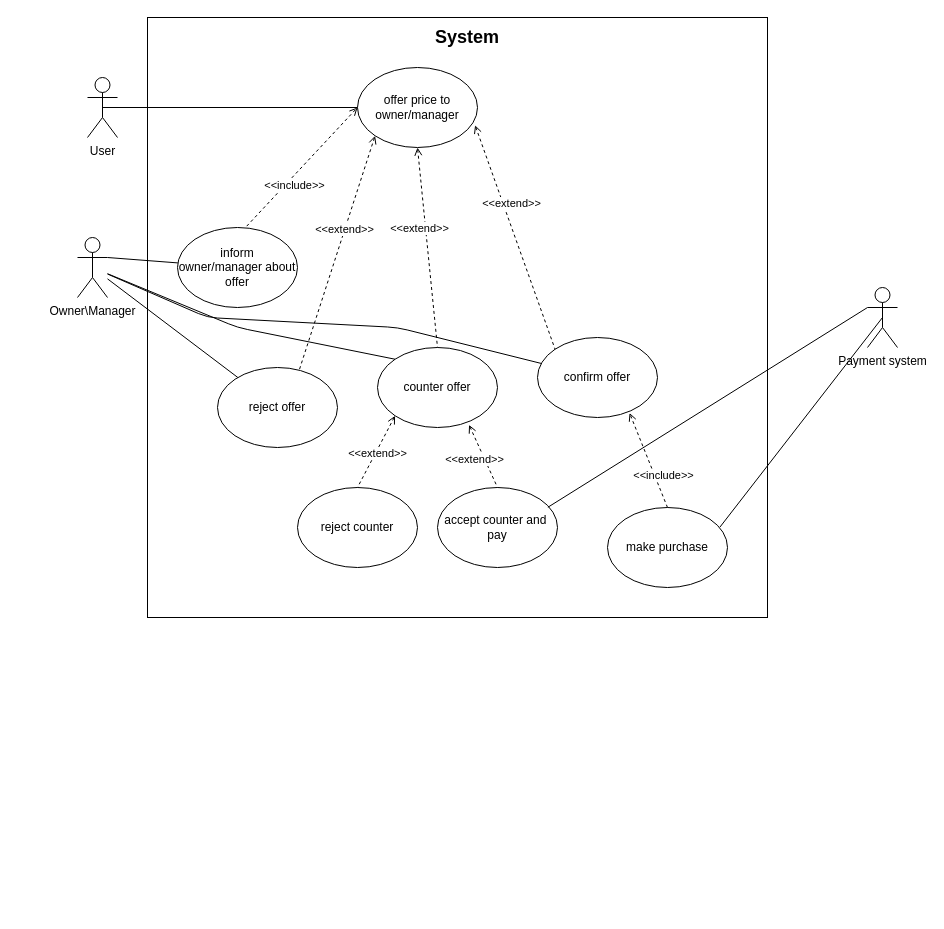
The draw.io diagram page "purchase offer(bargaining)" (3 of 5) of use cases/use case 2.9.drawio in LevyIfta/Team-19B-Project, before the edit. Source tidied: cells renumbered, new cells numbered last; positions are measured from the earlier drawing's top-left corner, leaving out a move shared by most shapes. Both pictures are drawn from the tidied source at 100%, with x=0, y=0 at pixel (77, 17).
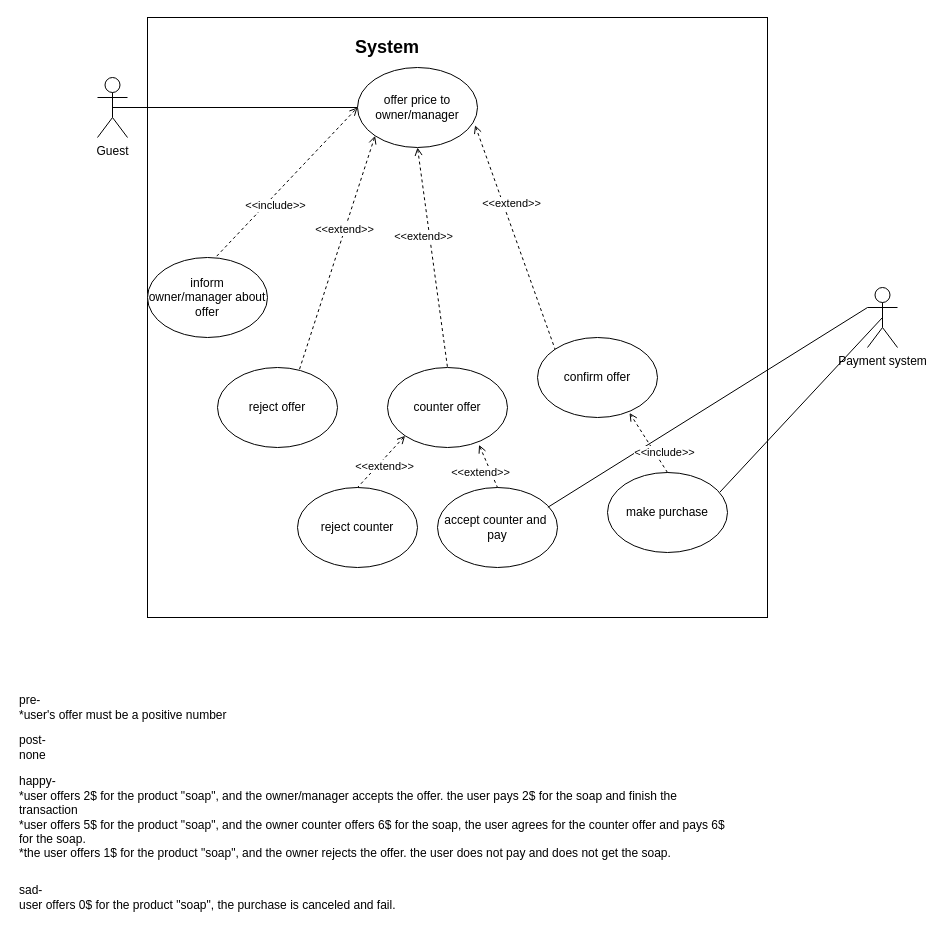
Above is the later version.

Unchanged cells that the change refers to:
```xml
<mxCell id="5" value="offer price to owner/manager" style="ellipse;whiteSpace=wrap;html=1;" parent="1" vertex="1">
  <mxGeometry x="280" y="50" width="120" height="80" as="geometry" />
</mxCell>
<mxCell id="8" value="reject offer" style="ellipse;whiteSpace=wrap;html=1;" parent="1" vertex="1">
  <mxGeometry x="140" y="350" width="120" height="80" as="geometry" />
</mxCell>
<mxCell id="9" style="endArrow=none;dashed=1;html=1;strokeWidth=1;exitX=0;exitY=1;exitDx=0;exitDy=0;entryX=0.68;entryY=0.038;entryDx=0;entryDy=0;endFill=0;entryPerimeter=0;startArrow=open;startFill=0;" parent="1" edge="1" source="5" target="8">
  <mxGeometry relative="1" as="geometry" />
</mxCell>
<mxCell id="12" style="endArrow=none;dashed=1;html=1;strokeWidth=1;exitX=0.5;exitY=1;exitDx=0;exitDy=0;entryX=0.5;entryY=0;entryDx=0;entryDy=0;endFill=0;startArrow=open;startFill=0;" parent="1" edge="1" source="5" target="11">
  <mxGeometry relative="1" as="geometry" />
</mxCell>
<mxCell id="15" style="endArrow=open;dashed=1;html=1;strokeWidth=1;exitX=0.577;exitY=-0.017;exitDx=0;exitDy=0;entryX=0;entryY=0.5;entryDx=0;entryDy=0;endFill=0;exitPerimeter=0;" parent="1" edge="1" source="14" target="5">
  <mxGeometry relative="1" as="geometry" />
</mxCell>
<mxCell id="18" style="endArrow=none;dashed=1;html=1;strokeWidth=1;exitX=0;exitY=1;exitDx=0;exitDy=0;entryX=0.5;entryY=0;entryDx=0;entryDy=0;endFill=0;startArrow=open;startFill=0;" parent="1" edge="1" source="11" target="17">
  <mxGeometry relative="1" as="geometry" />
</mxCell>
<mxCell id="21" style="endArrow=none;dashed=1;html=1;strokeWidth=1;exitX=0.763;exitY=0.967;exitDx=0;exitDy=0;entryX=0.5;entryY=0;entryDx=0;entryDy=0;endFill=0;startArrow=open;startFill=0;exitPerimeter=0;" parent="1" edge="1" source="11" target="20">
  <mxGeometry relative="1" as="geometry" />
</mxCell>
<mxCell id="24" value="confirm offer" style="ellipse;whiteSpace=wrap;html=1;" parent="1" vertex="1">
  <mxGeometry x="460" y="320" width="120" height="80" as="geometry" />
</mxCell>
<mxCell id="25" style="endArrow=none;dashed=1;html=1;strokeWidth=1;exitX=0.98;exitY=0.722;exitDx=0;exitDy=0;entryX=0;entryY=0;entryDx=0;entryDy=0;endFill=0;startArrow=open;startFill=0;exitPerimeter=0;" parent="1" edge="1" source="5" target="24">
  <mxGeometry relative="1" as="geometry" />
</mxCell>
<mxCell id="28" style="endArrow=open;dashed=1;html=1;strokeWidth=1;exitX=0.5;exitY=0;exitDx=0;exitDy=0;entryX=0.767;entryY=0.943;entryDx=0;entryDy=0;endFill=0;entryPerimeter=0;" parent="1" edge="1" source="27" target="24">
  <mxGeometry relative="1" as="geometry" />
</mxCell>
```

What changed in the source:
```diff
@@
     <mxCell id="3" value="&lt;font style=&quot;font-size: 18px&quot;&gt;&lt;b&gt;System&lt;/b&gt;&lt;/font&gt;" style="text;html=1;strokeColor=none;fillColor=none;align=center;verticalAlign=middle;whiteSpace=wrap;rounded=0;" parent="1" vertex="1">
-      <mxGeometry x="370" y="10" width="40" height="20" as="geometry" />
+      <mxGeometry x="290" y="20" width="40" height="20" as="geometry" />
     </mxCell>
-    <mxCell id="4" value="User" style="shape=umlActor;verticalLabelPosition=bottom;verticalAlign=top;html=1;outlineConnect=0;" parent="1" vertex="1">
-      <mxGeometry x="10" y="60" width="30" height="60" as="geometry" />
-    </mxCell>
+    <mxCell id="36" value="Guest" style="shape=umlActor;verticalLabelPosition=bottom;verticalAlign=top;html=1;outlineConnect=0;" parent="1" vertex="1">
+      <mxGeometry x="20" y="60" width="30" height="60" as="geometry" />
+    </mxCell>
@@
-    <mxCell id="6" style="endArrow=none;html=1;strokeWidth=1;exitX=0.5;exitY=0.5;exitDx=0;exitDy=0;exitPerimeter=0;entryX=0;entryY=0.5;entryDx=0;entryDy=0;" parent="1" edge="1" source="4" target="5">
-      <mxGeometry relative="1" as="geometry" />
-    </mxCell>
+    <mxCell id="37" style="endArrow=none;html=1;strokeWidth=1;exitX=0.5;exitY=0.5;exitDx=0;exitDy=0;exitPerimeter=0;entryX=0;entryY=0.5;entryDx=0;entryDy=0;" parent="1" edge="1" source="36" target="5">
+      <mxGeometry relative="1" as="geometry" />
+    </mxCell>
@@
-    <mxCell id="10" value="&amp;lt;&amp;lt;extend&amp;gt;&amp;gt;" style="edgeLabel;html=1;align=center;verticalAlign=middle;" parent="9" vertex="1">
-      <mxGeometry x="-0.31" relative="1" as="geometry">
-        <mxPoint x="-5.1" y="12.3" as="offset" />
-      </mxGeometry>
-    </mxCell>
+    <mxCell id="38" value="&amp;lt;&amp;lt;extend&amp;gt;&amp;gt;" style="edgeLabel;html=1;align=center;verticalAlign=middle;" parent="9" vertex="1">
+      <mxGeometry x="-0.31" relative="1" as="geometry">
+        <mxPoint x="-5.1" y="12.3" as="offset" />
+      </mxGeometry>
+    </mxCell>
     <mxCell id="11" value="counter offer" style="ellipse;whiteSpace=wrap;html=1;" parent="1" vertex="1">
-      <mxGeometry x="300" y="330" width="120" height="80" as="geometry" />
+      <mxGeometry x="310" y="350" width="120" height="80" as="geometry" />
     </mxCell>
@@
-    <mxCell id="13" value="&amp;lt;&amp;lt;extend&amp;gt;&amp;gt;" style="edgeLabel;html=1;align=center;verticalAlign=middle;" parent="12" vertex="1">
-      <mxGeometry x="-0.31" relative="1" as="geometry">
-        <mxPoint x="-5.1" y="12.3" as="offset" />
-      </mxGeometry>
-    </mxCell>
+    <mxCell id="39" value="&amp;lt;&amp;lt;extend&amp;gt;&amp;gt;" style="edgeLabel;html=1;align=center;verticalAlign=middle;" parent="12" vertex="1">
+      <mxGeometry x="-0.31" relative="1" as="geometry">
+        <mxPoint x="-5.1" y="12.3" as="offset" />
+      </mxGeometry>
+    </mxCell>
     <mxCell id="14" value="inform owner/manager about offer" style="ellipse;whiteSpace=wrap;html=1;" parent="1" vertex="1">
-      <mxGeometry x="100" y="210" width="120" height="80" as="geometry" />
+      <mxGeometry x="70" y="240" width="120" height="80" as="geometry" />
     </mxCell>
@@
-    <mxCell id="16" value="&amp;lt;&amp;lt;include&amp;gt;&amp;gt;" style="edgeLabel;html=1;align=center;verticalAlign=middle;" parent="15" vertex="1">
-      <mxGeometry x="-0.31" relative="1" as="geometry">
-        <mxPoint x="9" as="offset" />
-      </mxGeometry>
-    </mxCell>
+    <mxCell id="40" value="&amp;lt;&amp;lt;include&amp;gt;&amp;gt;" style="edgeLabel;html=1;align=center;verticalAlign=middle;" parent="15" vertex="1">
+      <mxGeometry x="-0.31" relative="1" as="geometry">
+        <mxPoint x="9" as="offset" />
+      </mxGeometry>
+    </mxCell>
@@
-    <mxCell id="19" value="&amp;lt;&amp;lt;extend&amp;gt;&amp;gt;" style="edgeLabel;html=1;align=center;verticalAlign=middle;" parent="18" vertex="1">
-      <mxGeometry x="-0.31" relative="1" as="geometry">
-        <mxPoint x="-5.1" y="12.3" as="offset" />
-      </mxGeometry>
-    </mxCell>
+    <mxCell id="41" value="&amp;lt;&amp;lt;extend&amp;gt;&amp;gt;" style="edgeLabel;html=1;align=center;verticalAlign=middle;" parent="18" vertex="1">
+      <mxGeometry x="-0.31" relative="1" as="geometry">
+        <mxPoint x="-5.1" y="12.3" as="offset" />
+      </mxGeometry>
+    </mxCell>
@@
-    <mxCell id="22" value="&amp;lt;&amp;lt;extend&amp;gt;&amp;gt;" style="edgeLabel;html=1;align=center;verticalAlign=middle;" parent="21" vertex="1">
-      <mxGeometry x="-0.31" relative="1" as="geometry">
-        <mxPoint x="-5.1" y="12.3" as="offset" />
-      </mxGeometry>
-    </mxCell>
+    <mxCell id="42" value="&amp;lt;&amp;lt;extend&amp;gt;&amp;gt;" style="edgeLabel;html=1;align=center;verticalAlign=middle;" parent="21" vertex="1">
+      <mxGeometry x="-0.31" relative="1" as="geometry">
+        <mxPoint x="-5.1" y="12.3" as="offset" />
+      </mxGeometry>
+    </mxCell>
@@
-    <mxCell id="26" value="&amp;lt;&amp;lt;extend&amp;gt;&amp;gt;" style="edgeLabel;html=1;align=center;verticalAlign=middle;" parent="25" vertex="1">
-      <mxGeometry x="-0.31" relative="1" as="geometry">
-        <mxPoint x="8.7" y="0.6" as="offset" />
-      </mxGeometry>
-    </mxCell>
+    <mxCell id="43" value="&amp;lt;&amp;lt;extend&amp;gt;&amp;gt;" style="edgeLabel;html=1;align=center;verticalAlign=middle;" parent="25" vertex="1">
+      <mxGeometry x="-0.31" relative="1" as="geometry">
+        <mxPoint x="8.7" y="0.6" as="offset" />
+      </mxGeometry>
+    </mxCell>
     <mxCell id="27" value="make purchase" style="ellipse;whiteSpace=wrap;html=1;" parent="1" vertex="1">
-      <mxGeometry x="530" y="490" width="120" height="80" as="geometry" />
+      <mxGeometry x="530" y="455" width="120" height="80" as="geometry" />
     </mxCell>
@@
-    <mxCell id="29" value="&amp;lt;&amp;lt;include&amp;gt;&amp;gt;" style="edgeLabel;html=1;align=center;verticalAlign=middle;" parent="28" vertex="1">
-      <mxGeometry x="-0.31" relative="1" as="geometry">
-        <mxPoint x="9" as="offset" />
-      </mxGeometry>
-    </mxCell>
+    <mxCell id="44" value="&amp;lt;&amp;lt;include&amp;gt;&amp;gt;" style="edgeLabel;html=1;align=center;verticalAlign=middle;" parent="28" vertex="1">
+      <mxGeometry x="-0.31" relative="1" as="geometry">
+        <mxPoint x="9" as="offset" />
+      </mxGeometry>
+    </mxCell>
@@
-    <mxCell id="31" value="Owner\Manager" style="shape=umlActor;verticalLabelPosition=bottom;verticalAlign=top;html=1;outlineConnect=0;" parent="1" vertex="1">
-      <mxGeometry y="220" width="30" height="60" as="geometry" />
-    </mxCell>
-    <mxCell id="32" style="endArrow=none;html=1;" parent="1" edge="1" source="31" target="8">
-      <mxGeometry relative="1" as="geometry" />
-    </mxCell>
-    <mxCell id="33" style="endArrow=none;html=1;exitX=1;exitY=0.3333333333333333;exitDx=0;exitDy=0;exitPerimeter=0;" parent="1" edge="1" source="31" target="14">
-      <mxGeometry relative="1" as="geometry" />
-    </mxCell>
-    <mxCell id="34" style="endArrow=none;html=1;" parent="1" edge="1" source="31" target="24">
-      <mxGeometry relative="1" as="geometry">
-        <Array as="points">
-          <mxPoint x="130" y="300" />
-          <mxPoint x="320" y="310" />
-        </Array>
-      </mxGeometry>
-    </mxCell>
-    <mxCell id="35" style="endArrow=none;html=1;entryX=0;entryY=0;entryDx=0;entryDy=0;" parent="1" edge="1" source="31" target="11">
-      <mxGeometry relative="1" as="geometry">
-        <Array as="points">
-          <mxPoint x="160" y="310" />
-        </Array>
-      </mxGeometry>
-    </mxCell>
+    <mxCell id="45" value="post-&lt;br&gt;none" style="text;html=1;strokeColor=none;fillColor=none;align=left;verticalAlign=middle;whiteSpace=wrap;rounded=0;" parent="1" vertex="1">
+      <mxGeometry x="-60" y="720" width="40" height="20" as="geometry" />
+    </mxCell>
+    <mxCell id="46" value="happy-&lt;br&gt;*user offers 2$ for the product &quot;soap&quot;, and the owner/manager accepts the offer. the user pays 2$ for the soap and finish the transaction&lt;br&gt;*user offers 5$ for the product &quot;soap&quot;, and the owner counter offers 6$ for the soap, the user agrees for the counter offer and pays 6$ for the soap.&amp;nbsp;&lt;br&gt;*the user offers 1$ for the product &quot;soap&quot;, and the owner rejects the offer. the user does not pay and does not get the soap." style="text;html=1;strokeColor=none;fillColor=none;align=left;verticalAlign=middle;whiteSpace=wrap;rounded=0;" parent="1" vertex="1">
+      <mxGeometry x="-60" y="790" width="720" height="20" as="geometry" />
+    </mxCell>
+    <mxCell id="47" value="sad-&lt;br&gt;user offers 0$ for the product &quot;soap&quot;, the purchase is canceled and fail." style="text;html=1;strokeColor=none;fillColor=none;align=left;verticalAlign=middle;whiteSpace=wrap;rounded=0;" parent="1" vertex="1">
+      <mxGeometry x="-60" y="870" width="480" height="20" as="geometry" />
+    </mxCell>
+    <mxCell id="48" value="pre-&lt;br&gt;*user's offer must be a positive number" style="text;html=1;strokeColor=none;fillColor=none;align=left;verticalAlign=middle;whiteSpace=wrap;rounded=0;" parent="1" vertex="1">
+      <mxGeometry x="-60" y="680" width="450" height="20" as="geometry" />
+    </mxCell>
```
